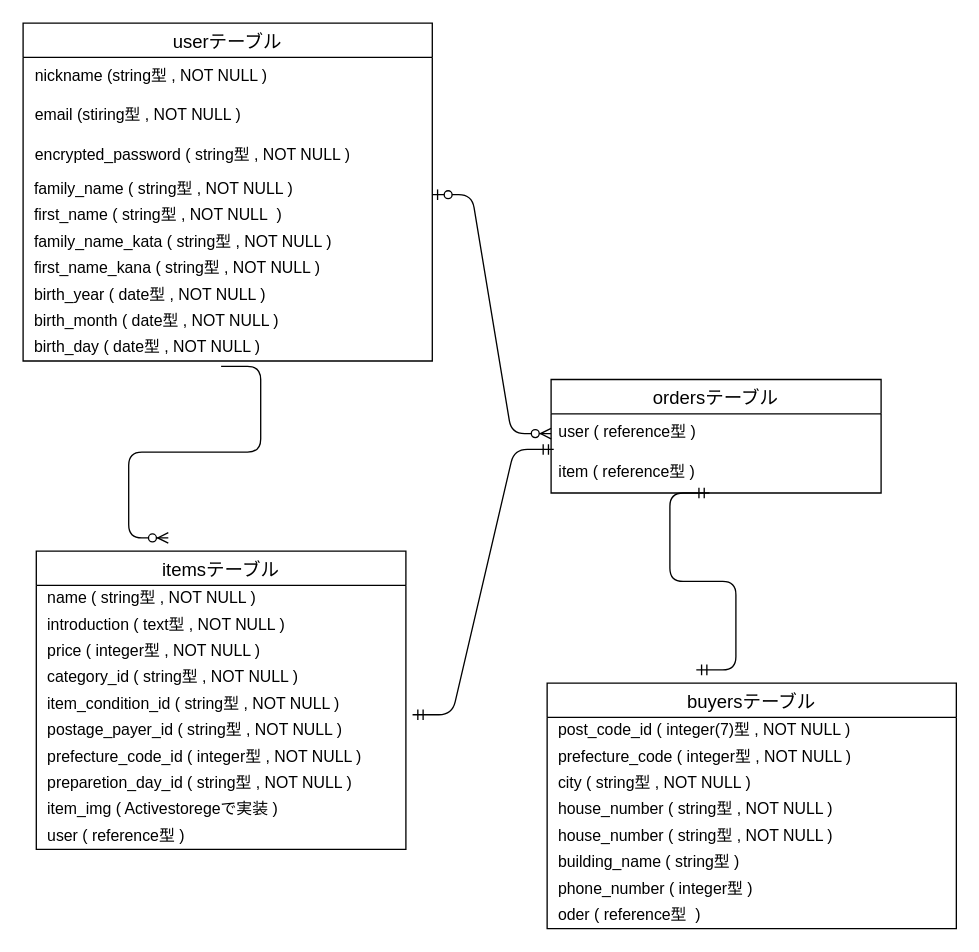
Before: er.dio in keishimatoba/furima-32085, a draw.io diagram. Source tidied: cells renumbered, new cells numbered last; positions are measured from the earlier drawing's top-left corner, leaving out a move shared by most shapes. Both pictures are drawn from the tidied source at 132%, with x=0, y=0 at pixel (22, 22).
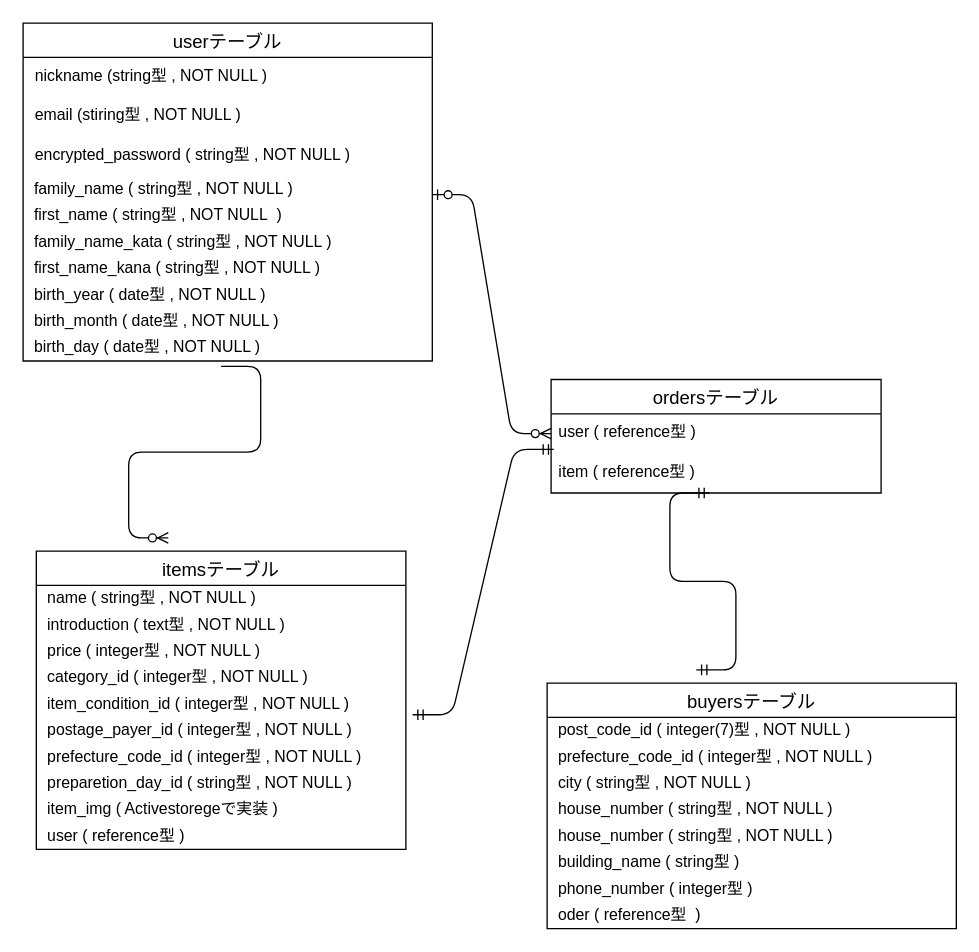
The same diagram, later.

The change refers to these unchanged cells:
```xml
<mxCell id="13" value="itemsテーブル" style="swimlane;fontStyle=0;horizontal=1;startSize=26;align=center;fontSize=14;" parent="1" vertex="1">
  <mxGeometry x="10" y="400" width="280" height="226" as="geometry" />
</mxCell>
<mxCell id="24" value="buyersテーブル" style="swimlane;fontStyle=0;horizontal=1;startSize=26;align=center;fontSize=14;" parent="1" vertex="1">
  <mxGeometry x="397" y="500" width="310" height="186" as="geometry" />
</mxCell>
```

What changed in the source:
```diff
@@
-    <mxCell id="17" value="&amp;nbsp; category_id ( string型 , NOT NULL )" style="text;html=1;align=left;verticalAlign=middle;fillColor=none;strokeColor=none;rounded=0;" parent="13" vertex="1">
+    <mxCell id="17" value="&amp;nbsp; category_id ( integer型 , NOT NULL )" style="text;html=1;align=left;verticalAlign=middle;fillColor=none;strokeColor=none;rounded=0;" parent="13" vertex="1">
       <mxGeometry y="86" width="280" height="20" as="geometry" />
     </mxCell>
-    <mxCell id="18" value="&amp;nbsp; item_condition_id ( string型 , NOT NULL )" style="text;html=1;align=left;verticalAlign=middle;fillColor=none;strokeColor=none;rounded=0;" parent="13" vertex="1">
+    <mxCell id="18" value="&amp;nbsp; item_condition_id ( integer型 , NOT NULL )" style="text;html=1;align=left;verticalAlign=middle;fillColor=none;strokeColor=none;rounded=0;" parent="13" vertex="1">
       <mxGeometry y="106" width="280" height="20" as="geometry" />
     </mxCell>
-    <mxCell id="19" value="&amp;nbsp; postage_payer_id ( string型 , NOT NULL )" style="text;html=1;align=left;verticalAlign=middle;points=[];fillColor=none;strokeColor=none;rounded=0;" parent="13" vertex="1">
+    <mxCell id="19" value="&amp;nbsp; postage_payer_id ( integer型 , NOT NULL )" style="text;html=1;align=left;verticalAlign=middle;points=[];fillColor=none;strokeColor=none;rounded=0;" parent="13" vertex="1">
       <mxGeometry y="126" width="280" height="20" as="geometry" />
     </mxCell>
@@
-    <mxCell id="26" value="&amp;nbsp; prefecture_code ( integer型 , NOT NULL )" style="text;html=1;align=left;verticalAlign=middle;fillColor=none;strokeColor=none;rounded=0;" parent="24" vertex="1">
+    <mxCell id="26" value="&amp;nbsp; prefecture_code_id ( integer型 , NOT NULL )" style="text;html=1;align=left;verticalAlign=middle;fillColor=none;strokeColor=none;rounded=0;" parent="24" vertex="1">
       <mxGeometry y="46" width="310" height="20" as="geometry" />
     </mxCell>
```
